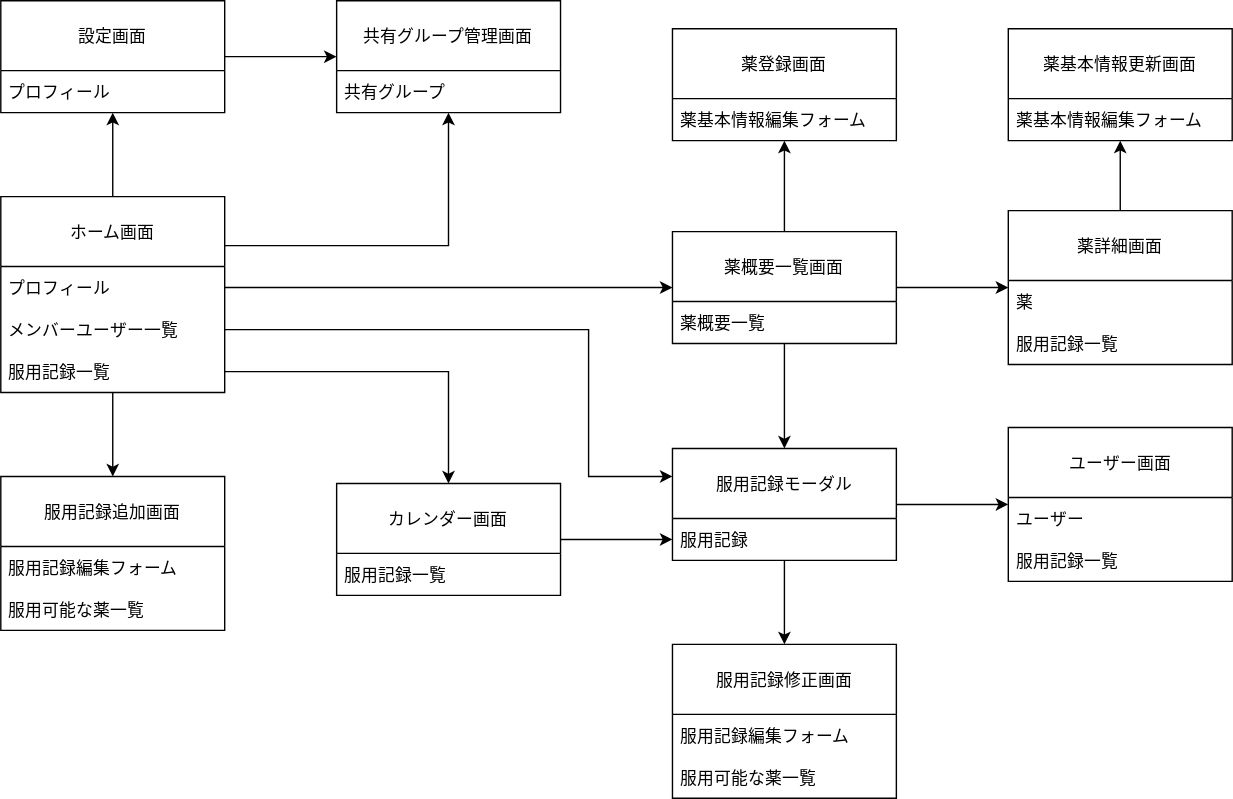
Above: docs/screen-transition-map.svg in hiroe-mkk/medicine-diary-webapp (draw.io), before the change. Source tidied: cells renumbered, new cells last; positions are measured from the earlier drawing's top-left corner, leaving out a move shared by most shapes.
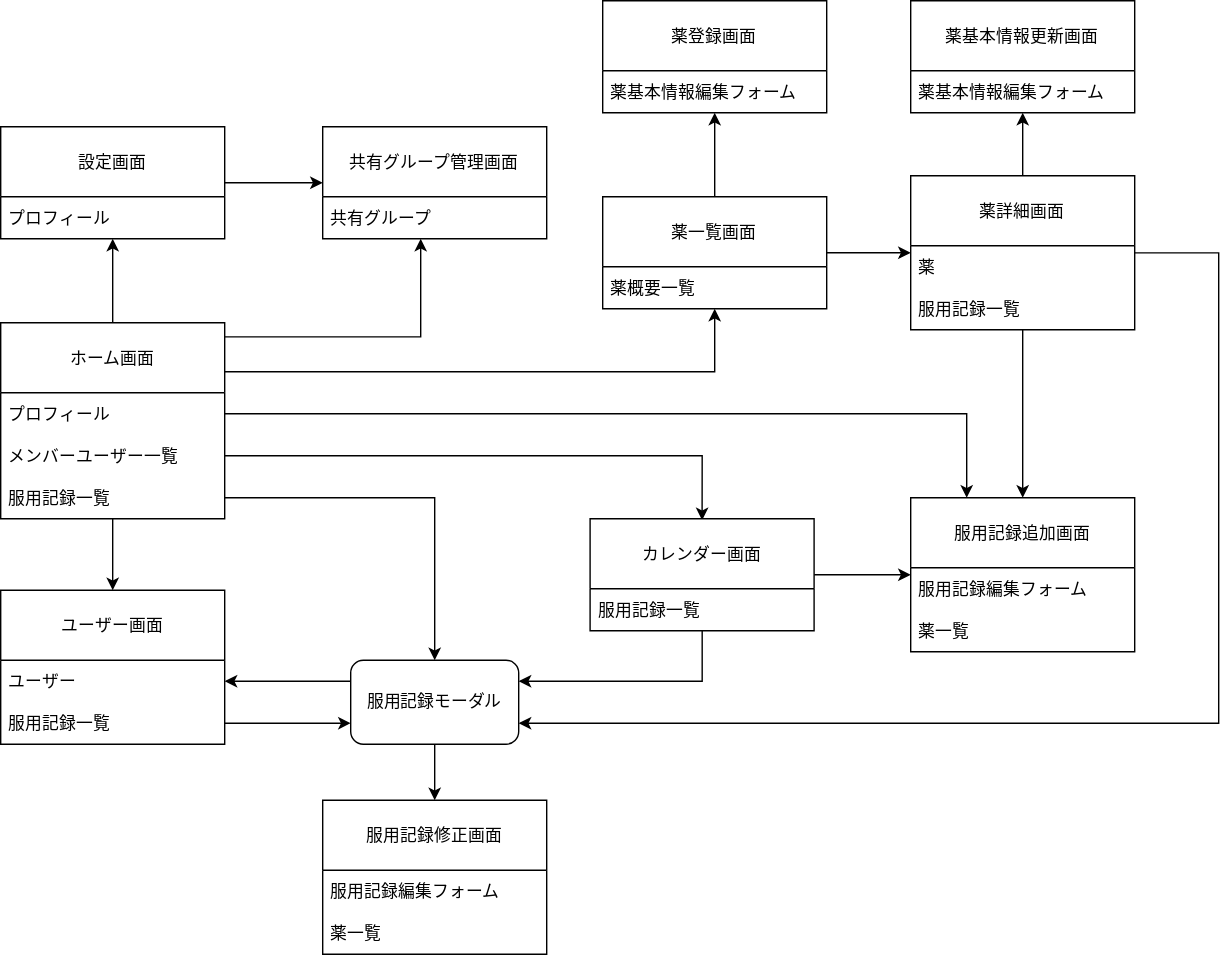
After the change.

Commit message:
docs: 不足していた遷移情報を追加

Diff of the diagram source:
```diff
@@ -2,142 +2,169 @@
   <root>
     <mxCell id="0" />
     <mxCell id="1" parent="0" />
-    <mxCell id="2" style="edgeStyle=orthogonalEdgeStyle;rounded=0;jettySize=auto;html=1;" parent="1" edge="1" source="32" target="34">
-      <mxGeometry relative="1" as="geometry" />
-    </mxCell>
+    <mxCell id="46" style="rounded=0;jettySize=auto;html=1;exitX=1;exitY=0.5;exitDx=0;exitDy=0;edgeStyle=orthogonalEdgeStyle;" parent="1" edge="1" source="31">
+      <mxGeometry relative="1" as="geometry">
+        <mxPoint x="521" y="310" as="targetPoint" />
+      </mxGeometry>
+    </mxCell>
     <mxCell id="3" value="服用記録追加画面" style="swimlane;fontStyle=0;horizontal=1;startSize=50;fontColor=#000000;strokeColor=#000000;fillColor=#ffffff;" parent="1" vertex="1">
-      <mxGeometry y="340" width="160" height="110" as="geometry" />
+      <mxGeometry x="670" y="294" width="160" height="110" as="geometry" />
     </mxCell>
-    <mxCell id="4" value="服用記録編集フォーム" style="text;strokeColor=none;fillColor=none;align=left;verticalAlign=middle;spacingLeft=4;spacingRight=4;overflow=hidden;" parent="3" vertex="1">
-      <mxGeometry y="50" width="160" height="30" as="geometry" />
-    </mxCell>
-    <mxCell id="5" value="服用可能な薬一覧" style="text;strokeColor=none;fillColor=none;align=left;verticalAlign=middle;spacingLeft=4;spacingRight=4;overflow=hidden;" parent="3" vertex="1">
-      <mxGeometry y="80" width="160" height="30" as="geometry" />
-    </mxCell>
+    <mxCell id="47" value="服用記録編集フォーム" style="text;strokeColor=none;fillColor=none;align=left;verticalAlign=middle;spacingLeft=4;spacingRight=4;overflow=hidden;" parent="3" vertex="1">
+      <mxGeometry y="50" width="160" height="30" as="geometry" />
+    </mxCell>
+    <mxCell id="48" value="薬一覧" style="text;strokeColor=none;fillColor=none;align=left;verticalAlign=middle;spacingLeft=4;spacingRight=4;overflow=hidden;" parent="3" vertex="1">
+      <mxGeometry y="80" width="160" height="30" as="geometry" />
+    </mxCell>
     <mxCell id="6" style="edgeStyle=orthogonalEdgeStyle;rounded=0;jettySize=auto;html=1;" parent="1" edge="1" source="29" target="21">
       <mxGeometry relative="1" as="geometry" />
     </mxCell>
-    <mxCell id="7" style="edgeStyle=orthogonalEdgeStyle;rounded=0;jettySize=auto;html=1;" parent="1" edge="1" source="11" target="13">
-      <mxGeometry relative="1" as="geometry" />
-    </mxCell>
+    <mxCell id="49" style="edgeStyle=orthogonalEdgeStyle;rounded=0;jettySize=auto;html=1;" parent="1" edge="1" source="51" target="13">
+      <mxGeometry relative="1" as="geometry" />
+    </mxCell>
     <mxCell id="8" style="edgeStyle=orthogonalEdgeStyle;rounded=0;jettySize=auto;html=1;" parent="1" edge="1" source="13" target="23">
       <mxGeometry relative="1" as="geometry" />
     </mxCell>
-    <mxCell id="9" style="edgeStyle=orthogonalEdgeStyle;rounded=0;jettySize=auto;html=1;" parent="1" edge="1" source="11" target="18">
-      <mxGeometry relative="1" as="geometry" />
-    </mxCell>
-    <mxCell id="10" style="edgeStyle=orthogonalEdgeStyle;rounded=0;jettySize=auto;html=1;" parent="1" edge="1" source="11" target="38">
-      <mxGeometry relative="1" as="geometry" />
-    </mxCell>
-    <mxCell id="11" value="薬概要一覧画面" style="swimlane;fontStyle=0;horizontal=1;startSize=50;fillColor=#ffffff;fontColor=#000000;strokeColor=#000000;" parent="1" vertex="1">
-      <mxGeometry x="480" y="165" width="160" height="80" as="geometry" />
-    </mxCell>
+    <mxCell id="50" style="edgeStyle=orthogonalEdgeStyle;rounded=0;jettySize=auto;html=1;" parent="1" edge="1" source="51" target="18">
+      <mxGeometry relative="1" as="geometry" />
+    </mxCell>
+    <mxCell id="51" value="薬一覧画面" style="swimlane;fontStyle=0;horizontal=1;startSize=50;fillColor=#ffffff;fontColor=#000000;strokeColor=#000000;" parent="1" vertex="1">
+      <mxGeometry x="450" y="79" width="160" height="80" as="geometry" />
+    </mxCell>
-    <mxCell id="12" value="薬概要一覧" style="text;strokeColor=none;fillColor=none;align=left;verticalAlign=middle;spacingLeft=4;spacingRight=4;overflow=hidden;" parent="11" vertex="1">
+    <mxCell id="12" value="薬概要一覧" style="text;strokeColor=none;fillColor=none;align=left;verticalAlign=middle;spacingLeft=4;spacingRight=4;overflow=hidden;" parent="51" vertex="1">
       <mxGeometry y="50" width="160" height="30" as="geometry" />
     </mxCell>
+    <mxCell id="52" style="rounded=0;jettySize=auto;html=1;entryX=1;entryY=0.75;entryDx=0;entryDy=0;edgeStyle=orthogonalEdgeStyle;" parent="1" edge="1" source="13" target="38">
+      <mxGeometry relative="1" as="geometry">
+        <Array as="points">
+          <mxPoint x="890" y="119" />
+          <mxPoint x="890" y="455" />
+        </Array>
+      </mxGeometry>
+    </mxCell>
+    <mxCell id="53" style="edgeStyle=orthogonalEdgeStyle;rounded=0;jettySize=auto;html=1;entryX=0.5;entryY=0;entryDx=0;entryDy=0;" parent="1" edge="1" source="13" target="3">
+      <mxGeometry relative="1" as="geometry">
+        <Array as="points">
+          <mxPoint x="750" y="294" />
+        </Array>
+      </mxGeometry>
+    </mxCell>
     <mxCell id="13" value="薬詳細画面" style="swimlane;fontStyle=0;horizontal=1;startSize=50;" parent="1" vertex="1">
-      <mxGeometry x="720" y="150" width="160" height="110" as="geometry" />
+      <mxGeometry x="670" y="64" width="160" height="110" as="geometry" />
     </mxCell>
     <mxCell id="14" value="薬" style="text;strokeColor=none;fillColor=none;align=left;verticalAlign=middle;spacingLeft=4;spacingRight=4;overflow=hidden;" parent="13" vertex="1">
       <mxGeometry y="50" width="160" height="30" as="geometry" />
     </mxCell>
-    <mxCell id="15" value="服用記録一覧" style="text;strokeColor=none;fillColor=none;align=left;verticalAlign=middle;spacingLeft=4;spacingRight=4;overflow=hidden;" parent="13" vertex="1">
-      <mxGeometry y="80" width="160" height="30" as="geometry" />
-    </mxCell>
+    <mxCell id="54" value="服用記録一覧" style="text;strokeColor=none;fillColor=none;align=left;verticalAlign=middle;spacingLeft=4;spacingRight=4;overflow=hidden;" parent="13" vertex="1">
+      <mxGeometry y="80" width="160" height="30" as="geometry" />
+    </mxCell>
     <mxCell id="16" value="共有グループ管理画面" style="swimlane;fontStyle=0;horizontal=1;startSize=50;" parent="1" vertex="1">
-      <mxGeometry x="240" width="160" height="80" as="geometry" />
+      <mxGeometry x="250" y="29" width="160" height="80" as="geometry" />
     </mxCell>
     <mxCell id="17" value="共有グループ" style="text;strokeColor=none;fillColor=none;align=left;verticalAlign=middle;spacingLeft=4;spacingRight=4;overflow=hidden;" parent="16" vertex="1">
       <mxGeometry y="50" width="160" height="30" as="geometry" />
     </mxCell>
     <mxCell id="18" value="薬登録画面" style="swimlane;fontStyle=0;horizontal=1;startSize=50;" parent="1" vertex="1">
-      <mxGeometry x="480" y="20" width="160" height="80" as="geometry" />
+      <mxGeometry x="450" y="-61" width="160" height="80" as="geometry" />
     </mxCell>
-    <mxCell id="19" value="薬基本情報編集フォーム" style="text;strokeColor=none;fillColor=none;align=left;verticalAlign=middle;spacingLeft=4;spacingRight=4;overflow=hidden;" parent="18" vertex="1">
-      <mxGeometry y="50" width="160" height="30" as="geometry" />
-    </mxCell>
+    <mxCell id="55" value="薬基本情報編集フォーム" style="text;strokeColor=none;fillColor=none;align=left;verticalAlign=middle;spacingLeft=4;spacingRight=4;overflow=hidden;" parent="18" vertex="1">
+      <mxGeometry y="50" width="160" height="30" as="geometry" />
+    </mxCell>
     <mxCell id="20" style="edgeStyle=orthogonalEdgeStyle;rounded=0;jettySize=auto;html=1;" parent="1" edge="1" source="21" target="16">
       <mxGeometry relative="1" as="geometry" />
     </mxCell>
     <mxCell id="21" value="設定画面" style="swimlane;fontStyle=0;horizontal=1;startSize=50;" parent="1" vertex="1">
-      <mxGeometry width="160" height="80" as="geometry" />
+      <mxGeometry x="20" y="29" width="160" height="80" as="geometry" />
     </mxCell>
-    <mxCell id="22" value="プロフィール" style="text;strokeColor=none;fillColor=none;align=left;verticalAlign=middle;spacingLeft=4;spacingRight=4;overflow=hidden;" parent="21" vertex="1">
-      <mxGeometry y="50" width="160" height="30" as="geometry" />
-    </mxCell>
+    <mxCell id="56" value="プロフィール" style="text;strokeColor=none;fillColor=none;align=left;verticalAlign=middle;spacingLeft=4;spacingRight=4;overflow=hidden;" parent="21" vertex="1">
+      <mxGeometry y="50" width="160" height="30" as="geometry" />
+    </mxCell>
     <mxCell id="23" value="薬基本情報更新画面" style="swimlane;fontStyle=0;horizontal=1;startSize=50;" parent="1" vertex="1">
-      <mxGeometry x="720" y="20" width="160" height="80" as="geometry" />
+      <mxGeometry x="670" y="-61" width="160" height="80" as="geometry" />
     </mxCell>
-    <mxCell id="24" value="薬基本情報編集フォーム" style="text;strokeColor=none;fillColor=none;align=left;verticalAlign=middle;spacingLeft=4;spacingRight=4;overflow=hidden;" parent="23" vertex="1">
-      <mxGeometry y="50" width="160" height="30" as="geometry" />
-    </mxCell>
+    <mxCell id="57" value="薬基本情報編集フォーム" style="text;strokeColor=none;fillColor=none;align=left;verticalAlign=middle;spacingLeft=4;spacingRight=4;overflow=hidden;" parent="23" vertex="1">
+      <mxGeometry y="50" width="160" height="30" as="geometry" />
+    </mxCell>
+    <mxCell id="36" style="edgeStyle=none;rounded=0;jettySize=auto;html=1;exitX=0.5;exitY=1;exitDx=0;exitDy=0;" parent="1" edge="1" source="38" target="25">
+      <mxGeometry relative="1" as="geometry" />
+    </mxCell>
     <mxCell id="25" value="服用記録修正画面" style="swimlane;fontStyle=0;horizontal=1;startSize=50;" parent="1" vertex="1">
-      <mxGeometry x="480" y="460" width="160" height="110" as="geometry" />
+      <mxGeometry x="250" y="510" width="160" height="110" as="geometry" />
     </mxCell>
-    <mxCell id="26" value="服用記録編集フォーム" style="text;strokeColor=none;fillColor=none;align=left;verticalAlign=middle;spacingLeft=4;spacingRight=4;overflow=hidden;" parent="25" vertex="1">
-      <mxGeometry y="50" width="160" height="30" as="geometry" />
-    </mxCell>
-    <mxCell id="27" value="服用可能な薬一覧" style="text;strokeColor=none;fillColor=none;align=left;verticalAlign=middle;spacingLeft=4;spacingRight=4;overflow=hidden;" parent="25" vertex="1">
-      <mxGeometry y="80" width="160" height="30" as="geometry" />
-    </mxCell>
-    <mxCell id="28" style="edgeStyle=orthogonalEdgeStyle;rounded=0;jettySize=auto;html=1;" parent="1" edge="1" source="29" target="3">
-      <mxGeometry relative="1" as="geometry" />
-    </mxCell>
+    <mxCell id="58" value="服用記録編集フォーム" style="text;strokeColor=none;fillColor=none;align=left;verticalAlign=middle;spacingLeft=4;spacingRight=4;overflow=hidden;" parent="25" vertex="1">
+      <mxGeometry y="50" width="160" height="30" as="geometry" />
+    </mxCell>
+    <mxCell id="59" value="薬一覧" style="text;strokeColor=none;fillColor=none;align=left;verticalAlign=middle;spacingLeft=4;spacingRight=4;overflow=hidden;" parent="25" vertex="1">
+      <mxGeometry y="80" width="160" height="30" as="geometry" />
+    </mxCell>
     <mxCell id="29" value="ホーム画面" style="swimlane;fontStyle=0;horizontal=1;startSize=50;fillColor=#ffffff;fontColor=#000000;strokeColor=#000000;" parent="1" vertex="1">
-      <mxGeometry y="140" width="160" height="140" as="geometry" />
+      <mxGeometry x="20" y="169" width="160" height="140" as="geometry" />
     </mxCell>
-    <mxCell id="30" value="プロフィール" style="text;strokeColor=none;fillColor=none;align=left;verticalAlign=middle;spacingLeft=4;spacingRight=4;overflow=hidden;points=[[0,0.5],[1,0.5]];portConstraint=eastwest;" parent="29" vertex="1">
-      <mxGeometry y="50" width="160" height="30" as="geometry" />
-    </mxCell>
+    <mxCell id="60" value="プロフィール" style="text;strokeColor=none;fillColor=none;align=left;verticalAlign=middle;spacingLeft=4;spacingRight=4;overflow=hidden;points=[[0,0.5],[1,0.5]];portConstraint=eastwest;" parent="29" vertex="1">
+      <mxGeometry y="50" width="160" height="30" as="geometry" />
+    </mxCell>
     <mxCell id="31" value="メンバーユーザー一覧" style="text;strokeColor=none;fillColor=none;align=left;verticalAlign=middle;spacingLeft=4;spacingRight=4;overflow=hidden;points=[[0,0.5],[1,0.5]];portConstraint=eastwest;" parent="29" vertex="1">
       <mxGeometry y="80" width="160" height="30" as="geometry" />
     </mxCell>
     <mxCell id="32" value="服用記録一覧" style="text;strokeColor=none;fillColor=none;align=left;verticalAlign=middle;spacingLeft=4;spacingRight=4;overflow=hidden;points=[[0,0.5],[1,0.5]];portConstraint=eastwest;" parent="29" vertex="1">
       <mxGeometry y="110" width="160" height="30" as="geometry" />
     </mxCell>
-    <mxCell id="33" style="edgeStyle=orthogonalEdgeStyle;rounded=0;jettySize=auto;html=1;entryX=0;entryY=0.5;entryDx=0;entryDy=0;" parent="1" edge="1" source="34" target="39">
-      <mxGeometry relative="1" as="geometry" />
-    </mxCell>
+    <mxCell id="61" style="rounded=0;jettySize=auto;html=1;entryX=1;entryY=0.25;entryDx=0;entryDy=0;edgeStyle=orthogonalEdgeStyle;" parent="1" edge="1" source="34" target="38">
+      <mxGeometry relative="1" as="geometry">
+        <Array as="points">
+          <mxPoint x="521" y="425" />
+        </Array>
+      </mxGeometry>
+    </mxCell>
+    <mxCell id="62" style="edgeStyle=orthogonalEdgeStyle;rounded=0;jettySize=auto;html=1;" parent="1" edge="1" source="34" target="3">
+      <mxGeometry relative="1" as="geometry" />
+    </mxCell>
     <mxCell id="34" value="カレンダー画面" style="swimlane;fontStyle=0;horizontal=1;startSize=50;fillColor=#ffffff;fontColor=#000000;strokeColor=#000000;" parent="1" vertex="1">
-      <mxGeometry x="240" y="345" width="160" height="80" as="geometry" />
+      <mxGeometry x="441" y="309" width="160" height="80" as="geometry" />
     </mxCell>
     <mxCell id="35" value="服用記録一覧" style="text;strokeColor=none;fillColor=none;align=left;verticalAlign=middle;spacingLeft=4;spacingRight=4;overflow=hidden;" parent="34" vertex="1">
       <mxGeometry y="50" width="160" height="30" as="geometry" />
     </mxCell>
-    <mxCell id="36" style="edgeStyle=orthogonalEdgeStyle;rounded=0;jettySize=auto;html=1;" parent="1" edge="1" source="38" target="25">
-      <mxGeometry relative="1" as="geometry" />
-    </mxCell>
-    <mxCell id="37" style="edgeStyle=orthogonalEdgeStyle;rounded=0;jettySize=auto;html=1;entryX=0;entryY=0.5;entryDx=0;entryDy=0;" parent="1" edge="1" source="38" target="42">
-      <mxGeometry relative="1" as="geometry" />
-    </mxCell>
-    <mxCell id="38" value="服用記録モーダル" style="swimlane;fontStyle=0;horizontal=1;startSize=50;fillColor=#ffffff;strokeColor=#000000;" parent="1" vertex="1">
-      <mxGeometry x="480" y="320" width="160" height="80" as="geometry" />
-    </mxCell>
-    <mxCell id="39" value="服用記録" style="text;strokeColor=none;fillColor=none;align=left;verticalAlign=middle;spacingLeft=4;spacingRight=4;overflow=hidden;points=[[0,0.5],[1,0.5]];portConstraint=eastwest;" parent="38" vertex="1">
-      <mxGeometry y="50" width="160" height="30" as="geometry" />
-    </mxCell>
-    <mxCell id="40" style="edgeStyle=orthogonalEdgeStyle;rounded=0;jettySize=auto;html=1;exitX=1;exitY=0.25;exitDx=0;exitDy=0;" parent="1" edge="1" source="29" target="16">
-      <mxGeometry relative="1" as="geometry" />
+    <mxCell id="40" style="edgeStyle=orthogonalEdgeStyle;rounded=0;jettySize=auto;html=1;" parent="1" edge="1" source="29" target="16">
+      <mxGeometry relative="1" as="geometry">
+        <Array as="points">
+          <mxPoint x="320" y="179" />
+        </Array>
+      </mxGeometry>
     </mxCell>
-    <mxCell id="41" style="edgeStyle=orthogonalEdgeStyle;rounded=0;jettySize=auto;html=1;" parent="1" edge="1" source="30" target="11">
-      <mxGeometry relative="1" as="geometry" />
-    </mxCell>
+    <mxCell id="63" style="rounded=0;jettySize=auto;html=1;edgeStyle=orthogonalEdgeStyle;exitX=1;exitY=0.25;exitDx=0;exitDy=0;" parent="1" edge="1" source="29" target="51">
+      <mxGeometry relative="1" as="geometry">
+        <Array as="points">
+          <mxPoint x="530" y="204" />
+        </Array>
+      </mxGeometry>
+    </mxCell>
+    <mxCell id="64" style="edgeStyle=orthogonalEdgeStyle;rounded=0;jettySize=auto;html=1;entryX=1;entryY=0.5;entryDx=0;entryDy=0;exitX=0;exitY=0.25;exitDx=0;exitDy=0;" parent="1" edge="1" source="38" target="43">
+      <mxGeometry relative="1" as="geometry" />
+    </mxCell>
     <mxCell id="42" value="ユーザー画面" style="swimlane;fontStyle=0;horizontal=1;startSize=50;fillColor=#ffffff;fontColor=#000000;strokeColor=#000000;" parent="1" vertex="1">
-      <mxGeometry x="720" y="305" width="160" height="110" as="geometry" />
+      <mxGeometry x="20" y="360" width="160" height="110" as="geometry" />
     </mxCell>
     <mxCell id="43" value="ユーザー" style="text;strokeColor=none;fillColor=none;align=left;verticalAlign=middle;spacingLeft=4;spacingRight=4;overflow=hidden;points=[[0,0.5],[1,0.5]];portConstraint=eastwest;" parent="42" vertex="1">
       <mxGeometry y="50" width="160" height="30" as="geometry" />
     </mxCell>
-    <mxCell id="44" value="服用記録一覧" style="text;strokeColor=none;fillColor=none;align=left;verticalAlign=middle;spacingLeft=4;spacingRight=4;overflow=hidden;" parent="42" vertex="1">
-      <mxGeometry y="80" width="160" height="30" as="geometry" />
-    </mxCell>
-    <mxCell id="45" style="rounded=0;jettySize=auto;html=1;entryX=0;entryY=0.25;entryDx=0;entryDy=0;edgeStyle=orthogonalEdgeStyle;" parent="1" edge="1" source="31" target="38">
-      <mxGeometry relative="1" as="geometry">
-        <Array as="points">
-          <mxPoint x="420" y="235" />
-          <mxPoint x="420" y="340" />
-        </Array>
-      </mxGeometry>
-    </mxCell>
+    <mxCell id="65" value="服用記録一覧" style="text;strokeColor=none;fillColor=none;align=left;verticalAlign=middle;spacingLeft=4;spacingRight=4;overflow=hidden;points=[[0,0.5],[1,0.5]];portConstraint=eastwest;" parent="42" vertex="1">
+      <mxGeometry y="80" width="160" height="30" as="geometry" />
+    </mxCell>
+    <mxCell id="66" style="edgeStyle=orthogonalEdgeStyle;rounded=0;jettySize=auto;html=1;" parent="1" edge="1" source="29" target="42">
+      <mxGeometry relative="1" as="geometry" />
+    </mxCell>
+    <mxCell id="67" style="edgeStyle=orthogonalEdgeStyle;rounded=0;jettySize=auto;html=1;exitX=1;exitY=0.5;exitDx=0;exitDy=0;entryX=0.25;entryY=0;entryDx=0;entryDy=0;" parent="1" edge="1" source="60" target="3">
+      <mxGeometry relative="1" as="geometry" />
+    </mxCell>
+    <mxCell id="68" style="edgeStyle=orthogonalEdgeStyle;rounded=0;jettySize=auto;html=1;exitX=1;exitY=0.5;exitDx=0;exitDy=0;entryX=0.5;entryY=0;entryDx=0;entryDy=0;" parent="1" edge="1" source="32" target="38">
+      <mxGeometry relative="1" as="geometry" />
+    </mxCell>
+    <mxCell id="69" style="edgeStyle=orthogonalEdgeStyle;rounded=0;jettySize=auto;html=1;entryX=0;entryY=0.75;entryDx=0;entryDy=0;" parent="1" edge="1" source="65" target="38">
+      <mxGeometry relative="1" as="geometry" />
+    </mxCell>
+    <mxCell id="38" value="服用記録モーダル" style="rounded=1;whiteSpace=wrap;html=1;" parent="1" vertex="1">
+      <mxGeometry x="270" y="410" width="120" height="60" as="geometry" />
+    </mxCell>
   </root>
 </mxGraphModel>
```
